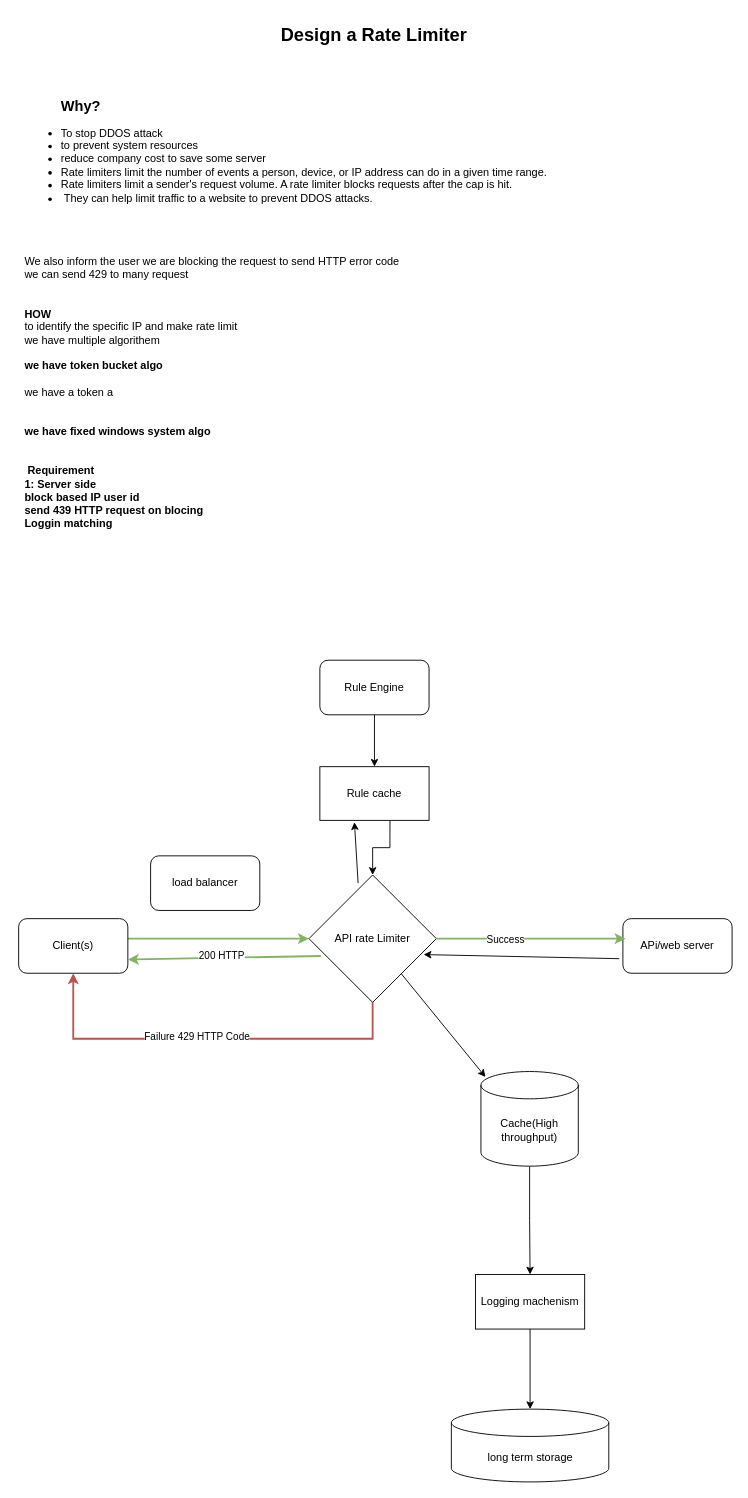
The draw.io diagram page "Page-1" (1 of 2) of rate_limeter.drawio in kanujgit/Android-System-Designe, before the edit. Source tidied: cells renumbered, new cells numbered last; positions are measured from the earlier drawing's top-left corner, leaving out a move shared by most shapes. Both pictures are drawn from the tidied source at 91%, with x=0, y=0 at pixel (15, 15).
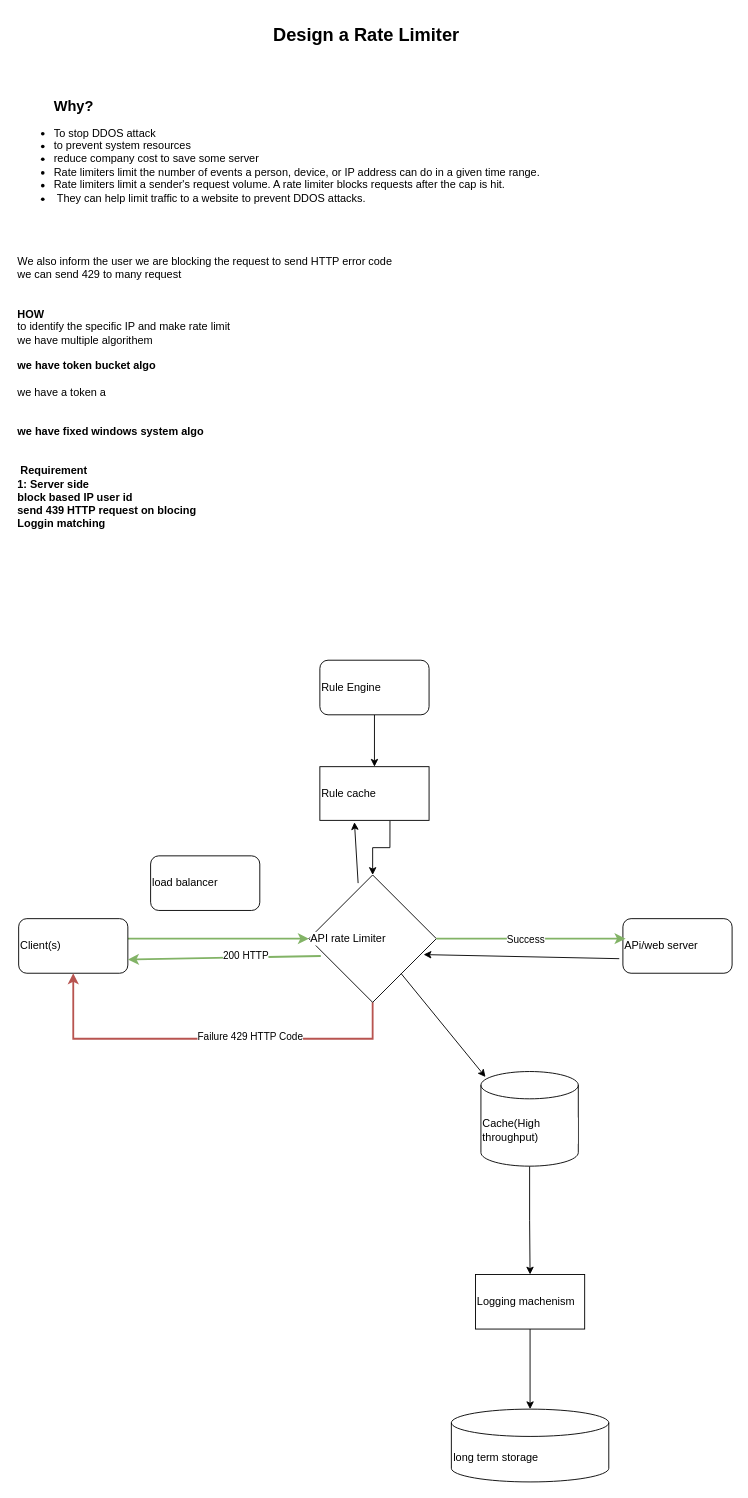
After the change.

What changed in the source:
```diff
@@
-    <mxCell id="2" value="&lt;font style=&quot;font-size: 20px;&quot;&gt;&lt;b&gt;Design a Rate Limiter&amp;nbsp;&lt;/b&gt;&lt;/font&gt;" style="text;html=1;align=center;verticalAlign=middle;strokeColor=none;fillColor=none;" parent="1" vertex="1">
+    <mxCell id="2" value="&lt;font style=&quot;font-size: 20px;&quot;&gt;&lt;b&gt;Design a Rate Limiter&amp;nbsp;&lt;/b&gt;&lt;/font&gt;" style="text;html=1;align=left;verticalAlign=middle;strokeColor=none;fillColor=none;labelBackgroundColor=default;labelBorderColor=none;textShadow=0;" parent="1" vertex="1">
       <mxGeometry x="281" width="230" height="40" as="geometry" />
     </mxCell>
-    <mxCell id="3" value="&lt;blockquote style=&quot;margin: 0 0 0 40px; border: none; padding: 0px;&quot;&gt;&lt;div style=&quot;text-align: left;&quot;&gt;&lt;span style=&quot;background-color: initial;&quot;&gt;&lt;font style=&quot;font-size: 16px;&quot;&gt;&lt;b&gt;Why?&lt;/b&gt;&lt;/font&gt;&lt;/span&gt;&lt;/div&gt;&lt;/blockquote&gt;&lt;div style=&quot;&quot;&gt;&lt;ul&gt;&lt;li style=&quot;text-align: left;&quot;&gt;To stop DDOS attack&lt;/li&gt;&lt;li style=&quot;text-align: left;&quot;&gt;to prevent system resources&lt;/li&gt;&lt;li style=&quot;text-align: left;&quot;&gt;reduce company cost to save some server&lt;/li&gt;&lt;li style=&quot;text-align: left;&quot;&gt;Rate limiters limit the number of events a person, device, or IP address can do in a given time range.&amp;nbsp;&lt;/li&gt;&lt;li style=&quot;text-align: left;&quot;&gt;Rate limiters limit a sender's request volume. A rate limiter blocks requests after the cap is hit.&lt;/li&gt;&lt;li style=&quot;text-align: left;&quot;&gt;&amp;nbsp;They can help limit traffic to a website to prevent DDOS attacks.&amp;nbsp;&lt;br&gt;&lt;/li&gt;&lt;/ul&gt;&lt;div style=&quot;text-align: left;&quot;&gt;&lt;span style=&quot;white-space: pre;&quot;&gt;&#9;&lt;/span&gt;&lt;br&gt;&lt;/div&gt;&lt;div style=&quot;text-align: left;&quot;&gt;&lt;br&gt;&lt;/div&gt;&lt;div style=&quot;text-align: left;&quot;&gt;&lt;br&gt;&lt;/div&gt;&lt;/div&gt;&lt;div style=&quot;text-align: left;&quot;&gt;We also inform the user we are blocking the request to send HTTP error code&amp;nbsp;&lt;/div&gt;&lt;div style=&quot;text-align: left;&quot;&gt;we can send 429 to many request&lt;/div&gt;&lt;div style=&quot;text-align: left;&quot;&gt;&lt;br&gt;&lt;/div&gt;&lt;div style=&quot;text-align: left;&quot;&gt;&lt;br&gt;&lt;/div&gt;&lt;div style=&quot;text-align: left;&quot;&gt;&lt;b&gt;HOW&lt;/b&gt;&lt;/div&gt;&lt;div style=&quot;text-align: left;&quot;&gt;to identify the specific IP and make rate limit&amp;nbsp;&lt;/div&gt;&lt;div style=&quot;text-align: left;&quot;&gt;we have multiple algorithem&amp;nbsp;&lt;/div&gt;&lt;div style=&quot;text-align: left;&quot;&gt;&lt;br&gt;&lt;/div&gt;&lt;div style=&quot;text-align: left;&quot;&gt;&lt;b&gt;we have token bucket algo&lt;/b&gt;&lt;/div&gt;&lt;div style=&quot;text-align: left;&quot;&gt;&lt;br&gt;&lt;/div&gt;&lt;div style=&quot;text-align: left;&quot;&gt;we have a token a&lt;/div&gt;&lt;div style=&quot;text-align: left;&quot;&gt;&lt;br&gt;&lt;/div&gt;&lt;div style=&quot;text-align: left;&quot;&gt;&lt;br&gt;&lt;/div&gt;&lt;div style=&quot;text-align: left;&quot;&gt;&lt;b&gt;we have fixed windows system algo&lt;/b&gt;&lt;/div&gt;&lt;div style=&quot;text-align: left;&quot;&gt;&lt;b&gt;&lt;br&gt;&lt;/b&gt;&lt;/div&gt;&lt;div style=&quot;text-align: left;&quot;&gt;&lt;b&gt;&lt;br&gt;&lt;/b&gt;&lt;/div&gt;&lt;div style=&quot;text-align: left;&quot;&gt;&lt;b&gt;&amp;nbsp;Requirement&lt;/b&gt;&lt;/div&gt;&lt;div style=&quot;text-align: left;&quot;&gt;&lt;b&gt;1: Server side&lt;/b&gt;&lt;/div&gt;&lt;div style=&quot;text-align: left;&quot;&gt;&lt;b&gt;block based IP user id&lt;/b&gt;&lt;/div&gt;&lt;div style=&quot;text-align: left;&quot;&gt;&lt;b&gt;send 439 HTTP request on blocing&lt;/b&gt;&lt;/div&gt;&lt;div style=&quot;text-align: left;&quot;&gt;&lt;b&gt;Loggin matching&lt;/b&gt;&lt;/div&gt;&lt;div style=&quot;text-align: left;&quot;&gt;&lt;b&gt;&lt;br&gt;&lt;/b&gt;&lt;/div&gt;&lt;div style=&quot;text-align: left;&quot;&gt;&lt;br&gt;&lt;/div&gt;&lt;div&gt;&lt;br&gt;&lt;/div&gt;" style="text;html=1;align=center;verticalAlign=middle;strokeColor=none;fillColor=none;" parent="1" vertex="1">
+    <mxCell id="3" value="&lt;blockquote style=&quot;margin: 0 0 0 40px; border: none; padding: 0px;&quot;&gt;&lt;div style=&quot;&quot;&gt;&lt;span style=&quot;&quot;&gt;&lt;font style=&quot;font-size: 16px;&quot;&gt;&lt;b&gt;Why?&lt;/b&gt;&lt;/font&gt;&lt;/span&gt;&lt;/div&gt;&lt;/blockquote&gt;&lt;div style=&quot;&quot;&gt;&lt;ul&gt;&lt;li style=&quot;&quot;&gt;To stop DDOS attack&lt;/li&gt;&lt;li style=&quot;&quot;&gt;to prevent system resources&lt;/li&gt;&lt;li style=&quot;&quot;&gt;reduce company cost to save some server&lt;/li&gt;&lt;li style=&quot;&quot;&gt;Rate limiters limit the number of events a person, device, or IP address can do in a given time range.&amp;nbsp;&lt;/li&gt;&lt;li style=&quot;&quot;&gt;Rate limiters limit a sender's request volume. A rate limiter blocks requests after the cap is hit.&lt;/li&gt;&lt;li style=&quot;&quot;&gt;&amp;nbsp;They can help limit traffic to a website to prevent DDOS attacks.&amp;nbsp;&lt;br&gt;&lt;/li&gt;&lt;/ul&gt;&lt;div style=&quot;&quot;&gt;&lt;span style=&quot;white-space: pre;&quot;&gt;&#9;&lt;/span&gt;&lt;br&gt;&lt;/div&gt;&lt;div style=&quot;&quot;&gt;&lt;br&gt;&lt;/div&gt;&lt;div style=&quot;&quot;&gt;&lt;br&gt;&lt;/div&gt;&lt;/div&gt;&lt;div style=&quot;&quot;&gt;We also inform the user we are blocking the request to send HTTP error code&amp;nbsp;&lt;/div&gt;&lt;div style=&quot;&quot;&gt;we can send 429 to many request&lt;/div&gt;&lt;div style=&quot;&quot;&gt;&lt;br&gt;&lt;/div&gt;&lt;div style=&quot;&quot;&gt;&lt;br&gt;&lt;/div&gt;&lt;div style=&quot;&quot;&gt;&lt;b&gt;HOW&lt;/b&gt;&lt;/div&gt;&lt;div style=&quot;&quot;&gt;to identify the specific IP and make rate limit&amp;nbsp;&lt;/div&gt;&lt;div style=&quot;&quot;&gt;we have multiple algorithem&amp;nbsp;&lt;/div&gt;&lt;div style=&quot;&quot;&gt;&lt;br&gt;&lt;/div&gt;&lt;div style=&quot;&quot;&gt;&lt;b&gt;we have token bucket algo&lt;/b&gt;&lt;/div&gt;&lt;div style=&quot;&quot;&gt;&lt;br&gt;&lt;/div&gt;&lt;div style=&quot;&quot;&gt;we have a token a&lt;/div&gt;&lt;div style=&quot;&quot;&gt;&lt;br&gt;&lt;/div&gt;&lt;div style=&quot;&quot;&gt;&lt;br&gt;&lt;/div&gt;&lt;div style=&quot;&quot;&gt;&lt;b&gt;we have fixed windows system algo&lt;/b&gt;&lt;/div&gt;&lt;div style=&quot;&quot;&gt;&lt;b&gt;&lt;br&gt;&lt;/b&gt;&lt;/div&gt;&lt;div style=&quot;&quot;&gt;&lt;b&gt;&lt;br&gt;&lt;/b&gt;&lt;/div&gt;&lt;div style=&quot;&quot;&gt;&lt;b&gt;&amp;nbsp;Requirement&lt;/b&gt;&lt;/div&gt;&lt;div style=&quot;&quot;&gt;&lt;b&gt;1: Server side&lt;/b&gt;&lt;/div&gt;&lt;div style=&quot;&quot;&gt;&lt;b&gt;block based IP user id&lt;/b&gt;&lt;/div&gt;&lt;div style=&quot;&quot;&gt;&lt;b&gt;send 439 HTTP request on blocing&lt;/b&gt;&lt;/div&gt;&lt;div style=&quot;&quot;&gt;&lt;b&gt;Loggin matching&lt;/b&gt;&lt;/div&gt;&lt;div style=&quot;&quot;&gt;&lt;b&gt;&lt;br&gt;&lt;/b&gt;&lt;/div&gt;&lt;div style=&quot;&quot;&gt;&lt;br&gt;&lt;/div&gt;&lt;div&gt;&lt;br&gt;&lt;/div&gt;" style="text;html=1;align=left;verticalAlign=middle;strokeColor=none;fillColor=none;labelBackgroundColor=default;labelBorderColor=none;textShadow=0;rounded=0;" parent="1" vertex="1">
       <mxGeometry y="84" width="595" height="530" as="geometry" />
     </mxCell>
-    <mxCell id="4" style="edgeStyle=orthogonalEdgeStyle;rounded=0;jettySize=auto;html=1;entryX=0;entryY=0.5;entryDx=0;entryDy=0;strokeWidth=2;fillColor=#d5e8d4;strokeColor=#82b366;" parent="1" edge="1" source="5" target="8">
+    <mxCell id="4" style="edgeStyle=orthogonalEdgeStyle;rounded=0;jettySize=auto;html=1;entryX=0;entryY=0.5;entryDx=0;entryDy=0;strokeWidth=2;fillColor=#d5e8d4;strokeColor=#82b366;labelBackgroundColor=default;align=left;labelBorderColor=none;textShadow=0;" parent="1" edge="1" source="5" target="8">
       <mxGeometry relative="1" as="geometry">
         <Array as="points">
           <mxPoint x="167" y="1014" />
           <mxPoint x="167" y="1014" />
         </Array>
       </mxGeometry>
     </mxCell>
-    <mxCell id="5" value="Client(s)" style="rounded=1;whiteSpace=wrap;html=1;" parent="1" vertex="1">
+    <mxCell id="5" value="Client(s)" style="rounded=1;whiteSpace=wrap;html=1;labelBackgroundColor=default;align=left;labelBorderColor=none;textShadow=0;" parent="1" vertex="1">
       <mxGeometry x="3" y="992" width="120" height="60" as="geometry" />
     </mxCell>
-    <mxCell id="6" style="edgeStyle=orthogonalEdgeStyle;rounded=0;jettySize=auto;html=1;entryX=0.5;entryY=1;entryDx=0;entryDy=0;strokeWidth=2;exitX=0.5;exitY=1;exitDx=0;exitDy=0;fillColor=#f8cecc;strokeColor=#b85450;" parent="1" edge="1" source="8" target="5">
+    <mxCell id="6" style="edgeStyle=orthogonalEdgeStyle;rounded=0;jettySize=auto;html=1;entryX=0.5;entryY=1;entryDx=0;entryDy=0;strokeWidth=2;exitX=0.5;exitY=1;exitDx=0;exitDy=0;fillColor=#f8cecc;strokeColor=#b85450;labelBackgroundColor=default;align=left;labelBorderColor=none;textShadow=0;" parent="1" edge="1" source="8" target="5">
       <mxGeometry relative="1" as="geometry">
         <Array as="points">
           <mxPoint x="392" y="1124" />
           <mxPoint x="63" y="1124" />
         </Array>
       </mxGeometry>
     </mxCell>
-    <mxCell id="7" value="Failure 429 HTTP Code" style="edgeLabel;html=1;align=center;verticalAlign=middle;" parent="6" vertex="1">
+    <mxCell id="7" value="Failure 429 HTTP Code" style="edgeLabel;html=1;align=left;verticalAlign=middle;labelBackgroundColor=default;labelBorderColor=none;textShadow=0;" parent="6" vertex="1">
       <mxGeometry x="0.13" y="-3" relative="1" as="geometry">
         <mxPoint x="15" as="offset" />
       </mxGeometry>
     </mxCell>
-    <mxCell id="8" value="API rate Limiter" style="rhombus;whiteSpace=wrap;html=1;" parent="1" vertex="1">
+    <mxCell id="8" value="API rate Limiter" style="rhombus;whiteSpace=wrap;html=1;labelBackgroundColor=default;align=left;labelBorderColor=none;textShadow=0;" parent="1" vertex="1">
       <mxGeometry x="322" y="944" width="140" height="140" as="geometry" />
     </mxCell>
-    <mxCell id="9" style="edgeStyle=orthogonalEdgeStyle;rounded=0;jettySize=auto;html=1;" parent="1" edge="1" source="10" target="23">
+    <mxCell id="9" style="edgeStyle=orthogonalEdgeStyle;rounded=0;jettySize=auto;html=1;labelBackgroundColor=default;align=left;labelBorderColor=none;textShadow=0;" parent="1" edge="1" source="10" target="23">
       <mxGeometry relative="1" as="geometry" />
     </mxCell>
-    <mxCell id="10" value="Rule Engine" style="rounded=1;whiteSpace=wrap;html=1;" parent="1" vertex="1">
+    <mxCell id="10" value="Rule Engine" style="rounded=1;whiteSpace=wrap;html=1;labelBackgroundColor=default;align=left;labelBorderColor=none;textShadow=0;" parent="1" vertex="1">
       <mxGeometry x="334" y="708" width="120" height="60" as="geometry" />
     </mxCell>
-    <mxCell id="11" value="APi/web server" style="rounded=1;whiteSpace=wrap;html=1;" parent="1" vertex="1">
+    <mxCell id="11" value="APi/web server" style="rounded=1;whiteSpace=wrap;html=1;labelBackgroundColor=default;align=left;labelBorderColor=none;textShadow=0;" parent="1" vertex="1">
       <mxGeometry x="667" y="992" width="120" height="60" as="geometry" />
     </mxCell>
-    <mxCell id="12" style="edgeStyle=orthogonalEdgeStyle;rounded=0;jettySize=auto;html=1;entryX=0.025;entryY=0.367;entryDx=0;entryDy=0;entryPerimeter=0;fillColor=#d5e8d4;strokeColor=#82b366;strokeWidth=2;" parent="1" edge="1" source="8" target="11">
+    <mxCell id="12" style="edgeStyle=orthogonalEdgeStyle;rounded=0;jettySize=auto;html=1;entryX=0.025;entryY=0.367;entryDx=0;entryDy=0;entryPerimeter=0;fillColor=#d5e8d4;strokeColor=#82b366;strokeWidth=2;labelBackgroundColor=default;align=left;labelBorderColor=none;textShadow=0;" parent="1" edge="1" source="8" target="11">
       <mxGeometry relative="1" as="geometry" />
     </mxCell>
-    <mxCell id="13" value="Success" style="edgeLabel;html=1;align=center;verticalAlign=middle;" parent="12" vertex="1">
+    <mxCell id="13" value="Success" style="edgeLabel;html=1;align=left;verticalAlign=middle;labelBackgroundColor=default;labelBorderColor=none;textShadow=0;" parent="12" vertex="1">
       <mxGeometry x="-0.27" relative="1" as="geometry" />
     </mxCell>
-    <mxCell id="14" style="endArrow=classic;html=1;rounded=0;entryX=1;entryY=0.75;entryDx=0;entryDy=0;exitX=0.093;exitY=0.636;exitDx=0;exitDy=0;exitPerimeter=0;fillColor=#d5e8d4;strokeColor=#82b366;strokeWidth=2;" parent="1" edge="1" source="8" target="5">
+    <mxCell id="14" style="endArrow=classic;html=1;rounded=0;entryX=1;entryY=0.75;entryDx=0;entryDy=0;exitX=0.093;exitY=0.636;exitDx=0;exitDy=0;exitPerimeter=0;fillColor=#d5e8d4;strokeColor=#82b366;strokeWidth=2;labelBackgroundColor=default;align=left;labelBorderColor=none;textShadow=0;" parent="1" edge="1" source="8" target="5">
       <mxGeometry relative="1" as="geometry" />
     </mxCell>
-    <mxCell id="15" value="200 HTTP" style="edgeLabel;html=1;align=center;verticalAlign=middle;" parent="14" vertex="1">
+    <mxCell id="15" value="200 HTTP" style="edgeLabel;html=1;align=left;verticalAlign=middle;labelBackgroundColor=default;labelBorderColor=none;textShadow=0;" parent="14" vertex="1">
       <mxGeometry x="0.03" y="-3" relative="1" as="geometry" />
     </mxCell>
-    <mxCell id="16" style="edgeStyle=orthogonalEdgeStyle;rounded=0;jettySize=auto;html=1;" parent="1" edge="1" source="17" target="20">
+    <mxCell id="16" style="edgeStyle=orthogonalEdgeStyle;rounded=0;jettySize=auto;html=1;labelBackgroundColor=default;align=left;labelBorderColor=none;textShadow=0;" parent="1" edge="1" source="17" target="20">
       <mxGeometry relative="1" as="geometry" />
     </mxCell>
-    <mxCell id="17" value="Cache(High throughput)" style="shape=cylinder3;whiteSpace=wrap;html=1;boundedLbl=1;backgroundOutline=1;size=15;" parent="1" vertex="1">
+    <mxCell id="17" value="Cache(High throughput)" style="shape=cylinder3;whiteSpace=wrap;html=1;boundedLbl=1;backgroundOutline=1;size=15;labelBackgroundColor=default;align=left;labelBorderColor=none;textShadow=0;" parent="1" vertex="1">
       <mxGeometry x="511" y="1160" width="107" height="104" as="geometry" />
     </mxCell>
-    <mxCell id="18" style="endArrow=classic;html=1;rounded=0;entryX=0.047;entryY=0.058;entryDx=0;entryDy=0;entryPerimeter=0;" parent="1" edge="1" source="8" target="17">
+    <mxCell id="18" style="endArrow=classic;html=1;rounded=0;entryX=0.047;entryY=0.058;entryDx=0;entryDy=0;entryPerimeter=0;labelBackgroundColor=default;align=left;labelBorderColor=none;textShadow=0;" parent="1" edge="1" source="8" target="17">
       <mxGeometry relative="1" as="geometry" />
     </mxCell>
-    <mxCell id="19" style="edgeStyle=orthogonalEdgeStyle;rounded=0;jettySize=auto;html=1;" parent="1" edge="1" source="20" target="21">
+    <mxCell id="19" style="edgeStyle=orthogonalEdgeStyle;rounded=0;jettySize=auto;html=1;labelBackgroundColor=default;align=left;labelBorderColor=none;textShadow=0;" parent="1" edge="1" source="20" target="21">
       <mxGeometry relative="1" as="geometry" />
     </mxCell>
-    <mxCell id="20" value="Logging machenism" style="rounded=0;whiteSpace=wrap;html=1;" parent="1" vertex="1">
+    <mxCell id="20" value="Logging machenism" style="rounded=0;whiteSpace=wrap;html=1;labelBackgroundColor=default;align=left;labelBorderColor=none;textShadow=0;" parent="1" vertex="1">
       <mxGeometry x="505" y="1383" width="120" height="60" as="geometry" />
     </mxCell>
-    <mxCell id="21" value="long term storage" style="shape=cylinder3;whiteSpace=wrap;html=1;boundedLbl=1;backgroundOutline=1;size=15;" parent="1" vertex="1">
+    <mxCell id="21" value="long term storage" style="shape=cylinder3;whiteSpace=wrap;html=1;boundedLbl=1;backgroundOutline=1;size=15;labelBackgroundColor=default;align=left;labelBorderColor=none;textShadow=0;" parent="1" vertex="1">
       <mxGeometry x="478.5" y="1531" width="173" height="80" as="geometry" />
     </mxCell>
-    <mxCell id="22" style="edgeStyle=orthogonalEdgeStyle;rounded=0;jettySize=auto;html=1;exitX=0.642;exitY=1.008;exitDx=0;exitDy=0;exitPerimeter=0;" parent="1" edge="1" source="23" target="8">
+    <mxCell id="22" style="edgeStyle=orthogonalEdgeStyle;rounded=0;jettySize=auto;html=1;exitX=0.642;exitY=1.008;exitDx=0;exitDy=0;exitPerimeter=0;labelBackgroundColor=default;align=left;labelBorderColor=none;textShadow=0;" parent="1" edge="1" source="23" target="8">
       <mxGeometry relative="1" as="geometry" />
     </mxCell>
-    <mxCell id="23" value="Rule cache" style="rounded=0;whiteSpace=wrap;html=1;" parent="1" vertex="1">
+    <mxCell id="23" value="Rule cache" style="rounded=0;whiteSpace=wrap;html=1;labelBackgroundColor=default;align=left;labelBorderColor=none;textShadow=0;" parent="1" vertex="1">
       <mxGeometry x="334" y="825" width="120" height="59" as="geometry" />
     </mxCell>
-    <mxCell id="24" style="endArrow=classic;html=1;rounded=0;exitX=0.386;exitY=0.064;exitDx=0;exitDy=0;exitPerimeter=0;" parent="1" edge="1" source="8">
+    <mxCell id="24" style="endArrow=classic;html=1;rounded=0;exitX=0.386;exitY=0.064;exitDx=0;exitDy=0;exitPerimeter=0;labelBackgroundColor=default;align=left;labelBorderColor=none;textShadow=0;" parent="1" edge="1" source="8">
       <mxGeometry relative="1" as="geometry">
         <mxPoint x="372" y="886" as="targetPoint" />
       </mxGeometry>
     </mxCell>
-    <mxCell id="25" style="endArrow=classic;html=1;rounded=0;entryX=0.9;entryY=0.625;entryDx=0;entryDy=0;entryPerimeter=0;" parent="1" edge="1" target="8">
+    <mxCell id="25" style="endArrow=classic;html=1;rounded=0;entryX=0.9;entryY=0.625;entryDx=0;entryDy=0;entryPerimeter=0;labelBackgroundColor=default;align=left;labelBorderColor=none;textShadow=0;" parent="1" edge="1" target="8">
       <mxGeometry relative="1" as="geometry">
         <mxPoint x="663" y="1036" as="sourcePoint" />
       </mxGeometry>
     </mxCell>
-    <mxCell id="26" value="load balancer" style="rounded=1;whiteSpace=wrap;html=1;" parent="1" vertex="1">
+    <mxCell id="26" value="load balancer" style="rounded=1;whiteSpace=wrap;html=1;labelBackgroundColor=default;align=left;labelBorderColor=none;textShadow=0;" parent="1" vertex="1">
       <mxGeometry x="148" y="923" width="120" height="60" as="geometry" />
     </mxCell>
```
